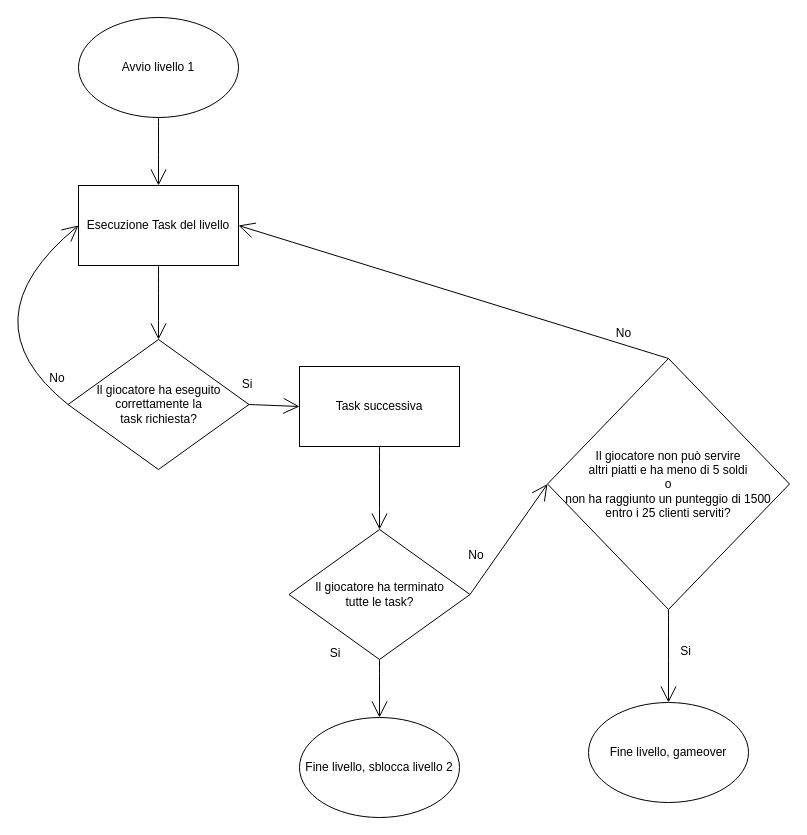
Earlier version of the draw.io diagram doc/Progetti Drawio/FlowChart/FlowchartLivello1.drawio (zSavT/Healthy-Catering). Source tidied: cells renumbered, new cells numbered last; positions are measured from the earlier drawing's top-left corner, leaving out a move shared by most shapes. Both pictures are drawn from the tidied source at 100%, with x=0, y=0 at pixel (-37, 17).
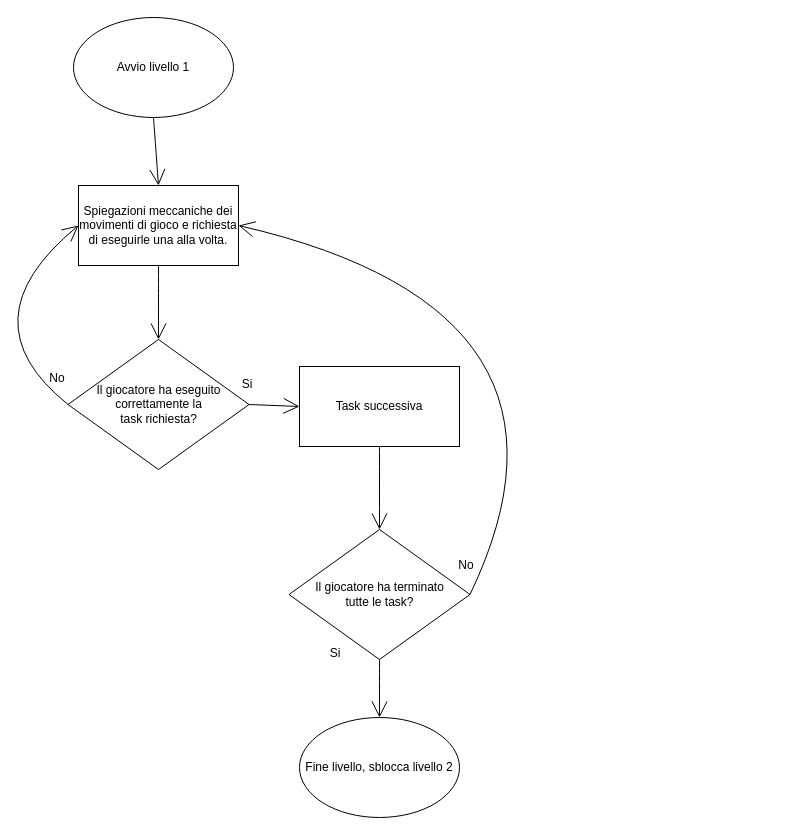
Above is the later version.

Unchanged cells that the change refers to:
```xml
<mxCell id="12" value="Il giocatore ha terminato&lt;br&gt;tutte le task?" style="rhombus;whiteSpace=wrap;html=1;hachureGap=4;fontSize=12;" parent="1" vertex="1">
  <mxGeometry x="325.5" y="512" width="181" height="130" as="geometry" />
</mxCell>
```

What changed in the source:
```diff
@@
     <mxCell id="3" value="Avvio livello 1" style="ellipse;whiteSpace=wrap;html=1;hachureGap=4;" parent="1" vertex="1">
-      <mxGeometry x="115" width="160" height="100" as="geometry" />
+      <mxGeometry x="110" width="160" height="100" as="geometry" />
     </mxCell>
@@
-    <mxCell id="5" value="Esecuzione Task del livello" style="rounded=0;whiteSpace=wrap;html=1;hachureGap=4;fontSize=12;" parent="1" vertex="1">
+    <mxCell id="5" value="Spiegazioni meccaniche dei movimenti di gioco e richiesta di eseguirle una alla volta." style="rounded=0;whiteSpace=wrap;html=1;hachureGap=4;fontSize=12;" parent="1" vertex="1">
       <mxGeometry x="115" y="168" width="160" height="80" as="geometry" />
     </mxCell>
@@
     <mxCell id="14" value="No" style="text;strokeColor=none;fillColor=none;html=1;align=center;verticalAlign=middle;whiteSpace=wrap;rounded=0;hachureGap=4;fontSize=12;" parent="1" vertex="1">
-      <mxGeometry x="483" y="523" width="60" height="30" as="geometry" />
+      <mxGeometry x="473" y="533" width="60" height="30" as="geometry" />
     </mxCell>
+    <mxCell id="25" style="edgeStyle=none;jettySize=auto;html=1;rounded=0;fontSize=12;endArrow=open;startSize=14;endSize=14;sourcePerimeterSpacing=8;targetPerimeterSpacing=8;curved=1;exitX=1;exitY=0.5;exitDx=0;exitDy=0;entryX=1;entryY=0.5;entryDx=0;entryDy=0;" parent="1" edge="1" source="12" target="5">
+      <mxGeometry relative="1" as="geometry">
+        <Array as="points">
+          <mxPoint x="643" y="293" />
+        </Array>
+      </mxGeometry>
+    </mxCell>
@@
-    <mxCell id="18" value="Il giocatore non può servire &lt;br&gt;altri piatti e ha meno di 5 soldi &lt;br&gt;o &lt;br&gt;non ha raggiunto un punteggio di 1500&lt;br&gt;entro i 25 clienti serviti?" style="rhombus;whiteSpace=wrap;html=1;hachureGap=4;fontSize=12;" parent="1" vertex="1">
-      <mxGeometry x="584" y="341" width="242" height="251" as="geometry" />
-    </mxCell>
-    <mxCell id="19" style="edgeStyle=none;jettySize=auto;html=1;rounded=0;fontSize=12;endArrow=open;startSize=14;endSize=14;sourcePerimeterSpacing=8;targetPerimeterSpacing=8;curved=1;exitX=1;exitY=0.5;exitDx=0;exitDy=0;entryX=0;entryY=0.5;entryDx=0;entryDy=0;" parent="1" edge="1" source="12" target="18">
-      <mxGeometry relative="1" as="geometry" />
-    </mxCell>
-    <mxCell id="20" style="edgeStyle=none;jettySize=auto;html=1;rounded=0;fontSize=12;endArrow=open;startSize=14;endSize=14;sourcePerimeterSpacing=8;targetPerimeterSpacing=8;curved=1;exitX=0.5;exitY=1;exitDx=0;exitDy=0;entryX=0.5;entryY=0;entryDx=0;entryDy=0;" parent="1" edge="1" source="18" target="22">
-      <mxGeometry relative="1" as="geometry" />
-    </mxCell>
-    <mxCell id="21" value="Si" style="text;html=1;align=center;verticalAlign=middle;strokeColor=none;fillColor=none;hachureGap=4;" parent="1" vertex="1">
-      <mxGeometry x="707" y="621" width="29" height="26" as="geometry" />
-    </mxCell>
-    <mxCell id="22" value="Fine livello, gameover" style="ellipse;whiteSpace=wrap;html=1;hachureGap=4;fontSize=12;" parent="1" vertex="1">
-      <mxGeometry x="625" y="685" width="160" height="100" as="geometry" />
-    </mxCell>
-    <mxCell id="23" style="edgeStyle=none;jettySize=auto;html=1;rounded=0;fontSize=12;endArrow=open;startSize=14;endSize=14;sourcePerimeterSpacing=8;targetPerimeterSpacing=8;curved=1;exitX=0.5;exitY=0;exitDx=0;exitDy=0;entryX=1;entryY=0.5;entryDx=0;entryDy=0;" parent="1" edge="1" source="18" target="5">
-      <mxGeometry relative="1" as="geometry" />
-    </mxCell>
-    <mxCell id="24" value="No" style="text;html=1;align=center;verticalAlign=middle;strokeColor=none;fillColor=none;hachureGap=4;" parent="1" vertex="1">
-      <mxGeometry x="643" y="303" width="33" height="26" as="geometry" />
-    </mxCell>
```
